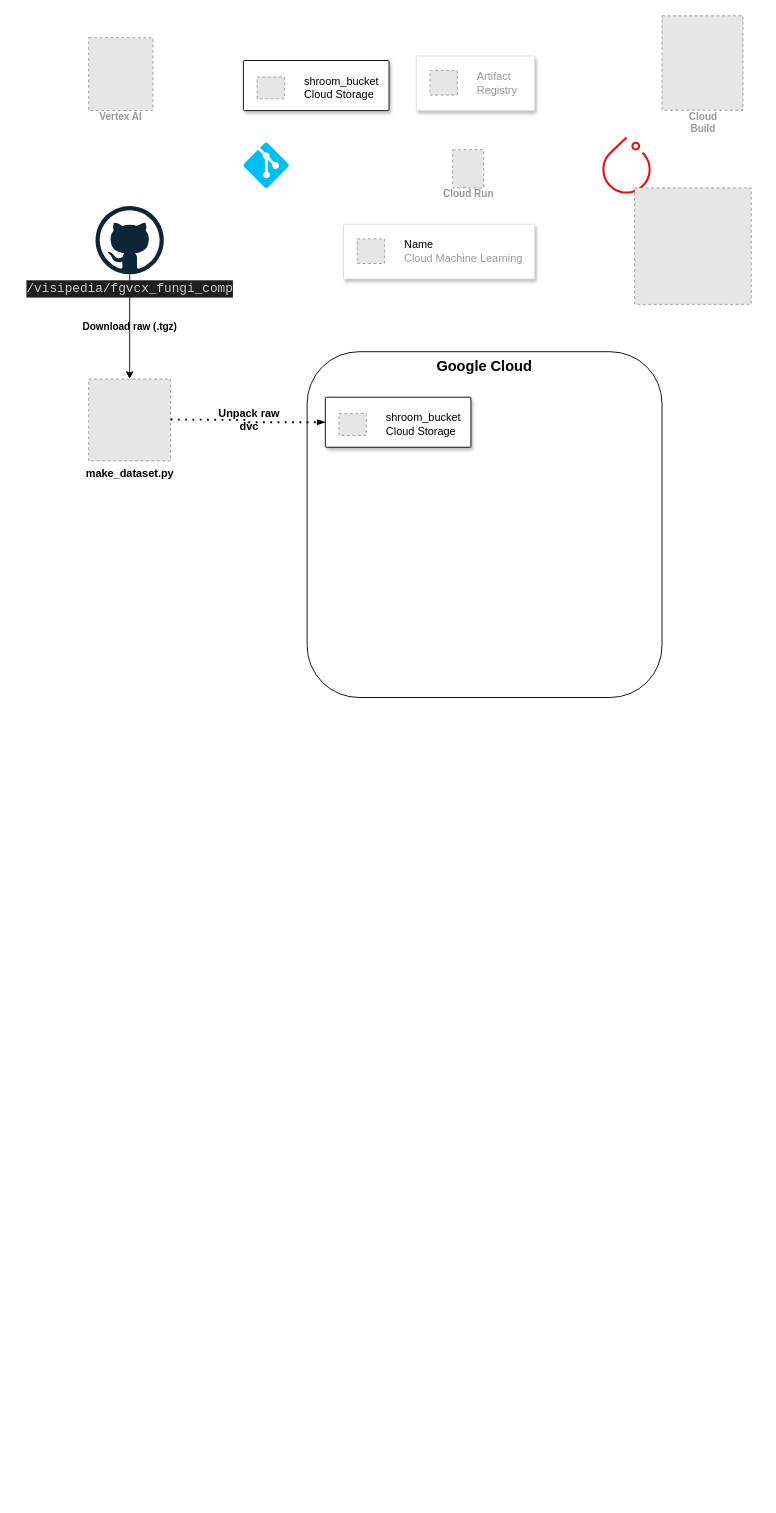
MLOps-Group/shroom-classifier keeps this draw.io diagram as reports/figures/Untitled Diagram.drawio. Above is the earlier version. Source tidied: cells renumbered, new cells numbered last; positions are measured from the earlier drawing's top-left corner, leaving out a move shared by most shapes. Both pictures are drawn from the tidied source at 91%, with x=0, y=0 at pixel (88, 15). Pictures stored in the file or linked from it are replaced by grey dashed boxes.
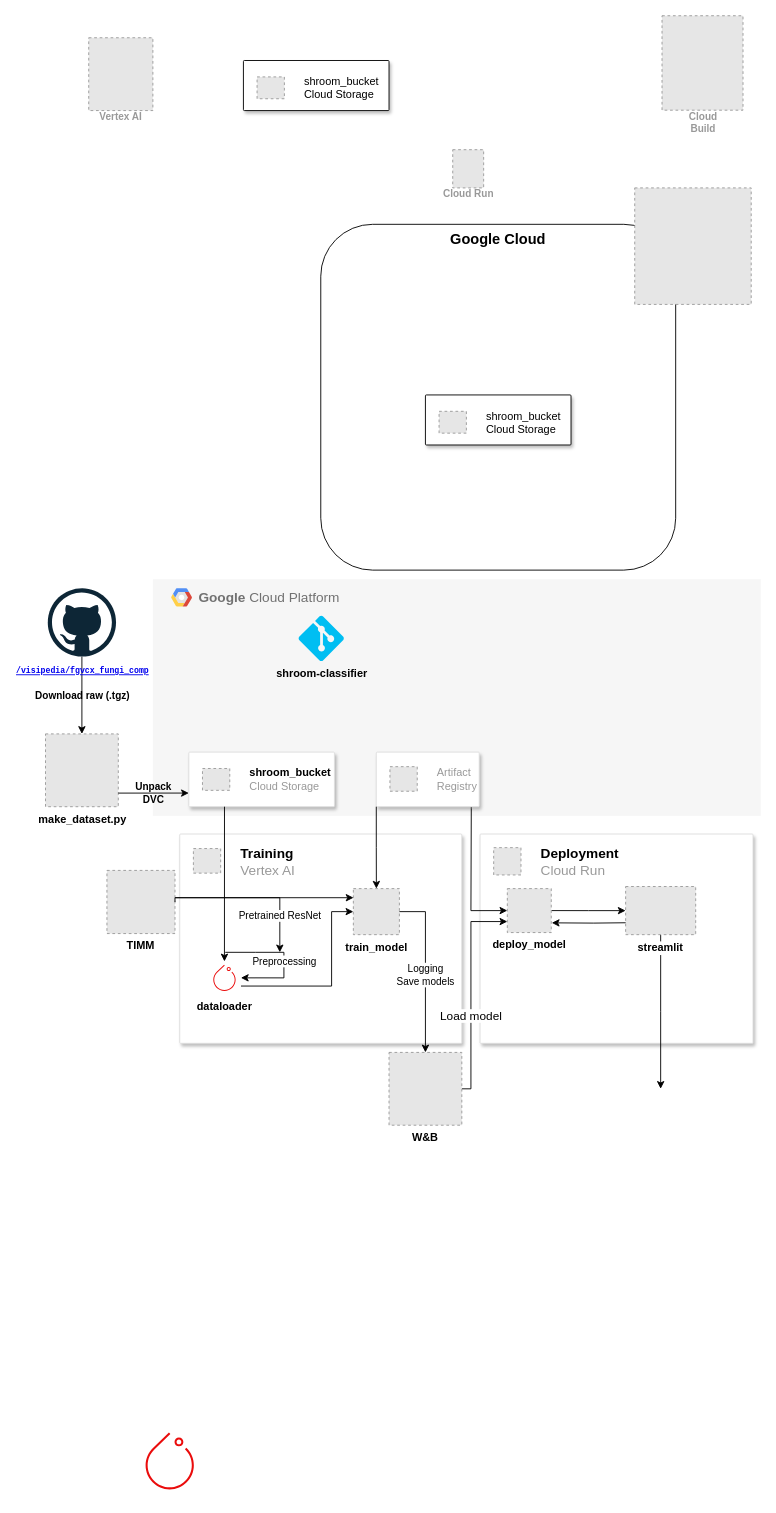
After the change.

Diff of the diagram source:
```diff
@@
-    <mxCell id="3" value="&lt;div style=&quot;color: rgb(204, 204, 204); background-color: rgb(31, 31, 31); font-family: Consolas, &amp;quot;Courier New&amp;quot;, monospace; font-size: 14px; line-height: 19px;&quot;&gt;/visipedia/fgvcx_fungi_comp&lt;/div&gt;" style="dashed=0;outlineConnect=0;html=1;align=center;labelPosition=center;verticalLabelPosition=bottom;verticalAlign=top;shape=mxgraph.weblogos.github;labelBackgroundColor=none;" parent="1" vertex="1">
-      <mxGeometry x="7.5" y="209" width="75" height="75" as="geometry" />
+    <mxCell id="3" value="&lt;div style=&quot;font-family: Consolas, &amp;quot;Courier New&amp;quot;, monospace; line-height: 19px;&quot;&gt;&lt;font size=&quot;1&quot; style=&quot;&quot;&gt;&lt;a style=&quot;font-size: 9px;&quot; href=&quot;https://github.com/visipedia/fgvcx_fungi_comp#data&quot;&gt;/visipedia/fgvcx_fungi_comp&lt;/a&gt;&lt;/font&gt;&lt;/div&gt;" style="dashed=0;outlineConnect=0;html=1;align=center;labelPosition=center;verticalLabelPosition=bottom;verticalAlign=top;shape=mxgraph.weblogos.github;labelBackgroundColor=none;fontColor=default;fontStyle=1;" parent="1" vertex="1">
+      <mxGeometry x="-45" y="629" width="75" height="75" as="geometry" />
     </mxCell>
     <mxCell id="4" value="make_dataset.py" style="fillColor=#E6E6E6;strokeColor=#999999;dashed=1;html=1;verticalAlign=top;verticalLabelPosition=bottom;labelBackgroundColor=none;fontStyle=1;" parent="1" vertex="1">
-      <mxGeometry y="399" width="90" height="90" as="geometry" />
+      <mxGeometry x="-47.5" y="789" width="80" height="80" as="geometry" />
     </mxCell>
     <mxCell id="5" value="&lt;b&gt;&lt;font style=&quot;font-size: 16px;&quot;&gt;Google Cloud&lt;/font&gt;&lt;/b&gt;" style="rounded=1;whiteSpace=wrap;html=1;align=center;verticalAlign=top;labelBackgroundColor=none;" parent="1" vertex="1">
-      <mxGeometry x="240" y="369" width="390" height="380" as="geometry" />
+      <mxGeometry x="255" y="229" width="390" height="380" as="geometry" />
     </mxCell>
-    <mxCell id="6" value="Unpack raw&lt;br&gt;dvc" style="edgeStyle=orthogonalEdgeStyle;fontSize=12;html=1;endArrow=blockThin;endFill=1;rounded=0;strokeWidth=2;endSize=4;startSize=4;dashed=1;dashPattern=1 3;entryX=0;entryY=0.5;entryDx=0;entryDy=0;fontStyle=1;labelBackgroundColor=none;fontColor=default;" parent="1" edge="1" target="7">
-      <mxGeometry relative="1" as="geometry">
-        <mxPoint x="90" y="443.5" as="sourcePoint" />
-      </mxGeometry>
-    </mxCell>
     <mxCell id="7" style="shadow=1;strokeWidth=1;rounded=1;absoluteArcSize=1;arcSize=2;labelBackgroundColor=none;" parent="1" vertex="1">
-      <mxGeometry x="260" y="419" width="160" height="55" as="geometry" />
+      <mxGeometry x="370" y="416.5" width="160" height="55" as="geometry" />
     </mxCell>
@@
-    <mxCell id="9" style="verticalLabelPosition=bottom;html=1;verticalAlign=top;align=center;strokeColor=none;fillColor=#00BEF2;shape=mxgraph.azure.git_repository;" parent="1" vertex="1">
-      <mxGeometry x="170" y="139" width="50" height="50" as="geometry" />
-    </mxCell>
-    <mxCell id="10" style="strokeColor=#dddddd;shadow=1;strokeWidth=1;rounded=1;absoluteArcSize=1;arcSize=2;" parent="1" vertex="1">
-      <mxGeometry x="360" y="44" width="130" height="60" as="geometry" />
-    </mxCell>
-    <mxCell id="11" value="Artifact&#10;Registry" style="fillColor=#E6E6E6;strokeColor=#999999;dashed=1;html=1;fontColor=#999999;verticalLabelPosition=middle;verticalAlign=middle;labelPosition=right;align=left;spacingLeft=20;" parent="10" vertex="1">
-      <mxGeometry width="30" height="27" relative="1" as="geometry">
-        <mxPoint x="15" y="16" as="offset" />
-      </mxGeometry>
-    </mxCell>
-    <mxCell id="12" style="sketch=0;points=[[0,0,0],[0.25,0,0],[0.5,0,0],[0.75,0,0],[1,0,0],[0,1,0],[0.25,1,0],[0.5,1,0],[0.75,1,0],[1,1,0],[0,0.25,0],[0,0.5,0],[0,0.75,0],[1,0.25,0],[1,0.5,0],[1,0.75,0]];outlineConnect=0;dashed=0;verticalLabelPosition=bottom;verticalAlign=top;align=center;html=1;fontSize=12;fontStyle=0;shape=mxgraph.aws4.resourceIcon;resIcon=mxgraph.aws4.torchserve;strokeColor=#EA0C0C;" parent="1" vertex="1">
-      <mxGeometry x="552" y="125" width="78" height="78" as="geometry" />
-    </mxCell>
@@
     <mxCell id="14" style="strokeColor=#dddddd;shadow=1;strokeWidth=1;rounded=1;absoluteArcSize=1;arcSize=2;" parent="1" vertex="1">
-      <mxGeometry x="280" y="229" width="210" height="60" as="geometry" />
+      <mxGeometry x="100" y="899" width="310" height="230" as="geometry" />
     </mxCell>
-    <mxCell id="15" value="&lt;font color=&quot;#000000&quot;&gt;Name&lt;/font&gt;&lt;br&gt;Cloud Machine Learning" style="fillColor=#E6E6E6;strokeColor=#999999;dashed=1;html=1;fontColor=#999999;verticalLabelPosition=middle;verticalAlign=middle;labelPosition=right;align=left;spacingLeft=20;" parent="14" vertex="1">
+    <mxCell id="15" value="&lt;font style=&quot;font-size: 15px;&quot;&gt;&lt;b&gt;&lt;font color=&quot;#000000&quot;&gt;Training&lt;/font&gt;&lt;br&gt;&lt;/b&gt;Vertex AI&lt;/font&gt;" style="fillColor=#E6E6E6;strokeColor=#999999;dashed=1;html=1;fontColor=#999999;verticalLabelPosition=middle;verticalAlign=middle;labelPosition=right;align=left;spacingLeft=20;" parent="14" vertex="1">
       <mxGeometry width="30" height="27" relative="1" as="geometry">
         <mxPoint x="15" y="16" as="offset" />
       </mxGeometry>
     </mxCell>
+    <mxCell id="21" style="edgeStyle=orthogonalEdgeStyle;rounded=0;jettySize=auto;html=1;exitX=0;exitY=0.25;exitDx=0;exitDy=0;" parent="14" edge="1" source="22">
+      <mxGeometry relative="1" as="geometry">
+        <mxPoint x="191" y="73" as="targetPoint" />
+      </mxGeometry>
+    </mxCell>
+    <mxCell id="22" value="&lt;b&gt;train_model&lt;br&gt;&lt;/b&gt;" style="fillColor=#E6E6E6;strokeColor=#999999;dashed=1;html=1;verticalAlign=top;verticalLabelPosition=bottom;labelBackgroundColor=#ffffff;" parent="14" vertex="1">
+      <mxGeometry x="190.8" y="60" width="50.6" height="50.6" as="geometry" />
+    </mxCell>
+    <mxCell id="23" style="edgeStyle=orthogonalEdgeStyle;rounded=0;jettySize=auto;html=1;exitX=1;exitY=0.75;exitDx=0;exitDy=0;exitPerimeter=0;entryX=0;entryY=0.5;entryDx=0;entryDy=0;" parent="14" edge="1" source="12" target="22">
+      <mxGeometry relative="1" as="geometry">
+        <Array as="points">
+          <mxPoint x="166.9" y="167" />
+          <mxPoint x="166.9" y="85" />
+        </Array>
+      </mxGeometry>
+    </mxCell>
+    <mxCell id="12" value="&lt;b&gt;dataloader&lt;br&gt;&lt;br&gt;&lt;/b&gt;" style="sketch=0;points=[[0,0,0],[0.25,0,0],[0.5,0,0],[0.75,0,0],[1,0,0],[0,1,0],[0.25,1,0],[0.5,1,0],[0.75,1,0],[1,1,0],[0,0.25,0],[0,0.5,0],[0,0.75,0],[1,0.25,0],[1,0.5,0],[1,0.75,0]];outlineConnect=0;dashed=0;verticalLabelPosition=bottom;verticalAlign=top;align=center;html=1;fontSize=12;fontStyle=0;shape=mxgraph.aws4.resourceIcon;resIcon=mxgraph.aws4.torchserve;strokeColor=#EA0C0C;" parent="14" vertex="1">
+      <mxGeometry x="31.1" y="140" width="36.1" height="36.1" as="geometry" />
+    </mxCell>
+    <mxCell id="24" value="Preprocessing" style="edgeStyle=orthogonalEdgeStyle;rounded=0;jettySize=auto;html=1;entryX=1;entryY=0.5;entryDx=0;entryDy=0;entryPerimeter=0;" parent="14" edge="1" target="12">
+      <mxGeometry x="0.06" relative="1" as="geometry">
+        <mxPoint x="50" y="130" as="sourcePoint" />
+        <Array as="points">
+          <mxPoint x="83.5" y="130" />
+          <mxPoint x="114.5" y="130" />
+          <mxPoint x="114.5" y="168" />
+        </Array>
+      </mxGeometry>
+    </mxCell>
@@
+    <mxCell id="25" style="strokeColor=#dddddd;shadow=1;strokeWidth=1;rounded=1;absoluteArcSize=1;arcSize=2;" parent="1" vertex="1">
+      <mxGeometry x="430" y="899" width="300" height="230" as="geometry" />
+    </mxCell>
+    <mxCell id="26" value="&lt;span style=&quot;font-size: 15px;&quot;&gt;&lt;font style=&quot;font-weight: bold; font-size: 15px;&quot; color=&quot;#000000&quot;&gt;Deployment&lt;/font&gt;&lt;br&gt;Cloud &lt;/span&gt;&lt;span style=&quot;font-size: 15px;&quot;&gt;Run&lt;/span&gt;" style="fillColor=#E6E6E6;strokeColor=#999999;dashed=1;html=1;fontColor=#999999;verticalLabelPosition=middle;verticalAlign=middle;labelPosition=right;align=left;spacingLeft=20;" parent="25" vertex="1">
+      <mxGeometry width="30" height="30" relative="1" as="geometry">
+        <mxPoint x="15" y="15" as="offset" />
+      </mxGeometry>
+    </mxCell>
+    <mxCell id="27" style="edgeStyle=orthogonalEdgeStyle;rounded=0;jettySize=auto;html=1;exitX=1;exitY=0.5;exitDx=0;exitDy=0;" parent="25" edge="1" source="28" target="31">
+      <mxGeometry relative="1" as="geometry" />
+    </mxCell>
+    <mxCell id="28" value="&lt;b&gt;deploy_model&lt;br&gt;&lt;/b&gt;" style="fillColor=#E6E6E6;strokeColor=#999999;dashed=1;html=1;verticalAlign=top;verticalLabelPosition=bottom;labelBackgroundColor=#ffffff;" parent="25" vertex="1">
+      <mxGeometry x="30" y="60" width="48.3" height="48.3" as="geometry" />
+    </mxCell>
+    <mxCell id="29" style="edgeStyle=orthogonalEdgeStyle;rounded=0;jettySize=auto;html=1;" parent="25" edge="1" source="31">
+      <mxGeometry relative="1" as="geometry">
+        <mxPoint x="198.5" y="280" as="targetPoint" />
+      </mxGeometry>
+    </mxCell>
+    <mxCell id="30" style="edgeStyle=orthogonalEdgeStyle;rounded=0;jettySize=auto;html=1;exitX=0;exitY=0.75;exitDx=0;exitDy=0;entryX=1.011;entryY=0.779;entryDx=0;entryDy=0;entryPerimeter=0;" parent="25" edge="1" target="28">
+      <mxGeometry relative="1" as="geometry">
+        <mxPoint x="171.7" y="97.4" as="sourcePoint" />
+      </mxGeometry>
+    </mxCell>
+    <mxCell id="31" value="streamlit" style="fillColor=#E6E6E6;strokeColor=#999999;dashed=1;verticalLabelPosition=bottom;labelBackgroundColor=default;verticalAlign=top;fontStyle=1;" parent="25" vertex="1">
+      <mxGeometry x="160" y="57.7" width="77" height="52.9" as="geometry" />
+    </mxCell>
+    <mxCell id="32" value="&lt;font style=&quot;font-size: 15px;&quot;&gt;&lt;b&gt;Google &lt;/b&gt;Cloud Platform&lt;/font&gt;" style="fillColor=#F6F6F6;strokeColor=none;shadow=0;gradientColor=none;fontSize=14;align=left;spacing=10;fontColor=#717171;9E9E9E;verticalAlign=top;spacingTop=-4;fontStyle=0;spacingLeft=40;html=1;whiteSpace=wrap;" parent="1" vertex="1">
+      <mxGeometry x="70.5" y="619" width="668" height="260" as="geometry" />
+    </mxCell>
+    <mxCell id="33" style="shape=mxgraph.gcp2.google_cloud_platform;fillColor=#F6F6F6;strokeColor=none;shadow=0;gradientColor=none;" parent="32" vertex="1">
+      <mxGeometry width="23" height="20" relative="1" as="geometry">
+        <mxPoint x="20" y="10" as="offset" />
+      </mxGeometry>
+    </mxCell>
+    <mxCell id="10" style="strokeColor=#dddddd;shadow=1;strokeWidth=1;rounded=1;absoluteArcSize=1;arcSize=2;" parent="32" vertex="1">
+      <mxGeometry x="245.5" y="190" width="113.1" height="60" as="geometry" />
+    </mxCell>
+    <mxCell id="11" value="Artifact&#10;Registry" style="fillColor=#E6E6E6;strokeColor=#999999;dashed=1;html=1;fontColor=#999999;verticalLabelPosition=middle;verticalAlign=middle;labelPosition=right;align=left;spacingLeft=20;" parent="10" vertex="1">
+      <mxGeometry width="30" height="27" relative="1" as="geometry">
+        <mxPoint x="15" y="16" as="offset" />
+      </mxGeometry>
+    </mxCell>
+    <mxCell id="34" style="strokeColor=#dddddd;shadow=1;strokeWidth=1;rounded=1;absoluteArcSize=1;arcSize=2;" parent="32" vertex="1">
+      <mxGeometry x="39.5" y="190" width="160" height="60" as="geometry" />
+    </mxCell>
+    <mxCell id="35" value="&lt;font color=&quot;#000000&quot;&gt;&lt;b&gt;shroom_bucket&lt;/b&gt;&lt;/font&gt;&lt;br&gt;Cloud Storage" style="fillColor=#E6E6E6;strokeColor=#999999;dashed=1;html=1;fontColor=#999999;verticalLabelPosition=middle;verticalAlign=middle;labelPosition=right;align=left;spacingLeft=20;" parent="34" vertex="1">
+      <mxGeometry width="30" height="24" relative="1" as="geometry">
+        <mxPoint x="15" y="18" as="offset" />
+      </mxGeometry>
+    </mxCell>
+    <mxCell id="9" value="&lt;b&gt;shroom-classifier&lt;br&gt;&lt;/b&gt;" style="verticalLabelPosition=bottom;html=1;verticalAlign=top;align=center;strokeColor=none;fillColor=#00BEF2;shape=mxgraph.azure.git_repository;" parent="32" vertex="1">
+      <mxGeometry x="160" y="40" width="50" height="50" as="geometry" />
+    </mxCell>
+    <mxCell id="36" style="edgeStyle=orthogonalEdgeStyle;rounded=0;jettySize=auto;html=1;exitX=0;exitY=1;exitDx=0;exitDy=0;" parent="1" edge="1" source="10" target="22">
+      <mxGeometry relative="1" as="geometry" />
+    </mxCell>
+    <mxCell id="37" style="edgeStyle=orthogonalEdgeStyle;rounded=0;jettySize=auto;html=1;exitX=0.923;exitY=1.011;exitDx=0;exitDy=0;entryX=0;entryY=0.5;entryDx=0;entryDy=0;exitPerimeter=0;" parent="1" edge="1" source="10" target="28">
+      <mxGeometry relative="1" as="geometry">
+        <Array as="points">
+          <mxPoint x="420" y="871" />
+          <mxPoint x="420" y="871" />
+          <mxPoint x="420" y="983" />
+        </Array>
+      </mxGeometry>
+    </mxCell>
+    <mxCell id="38" style="sketch=0;dashed=0;verticalLabelPosition=bottom;verticalAlign=top;align=center;html=1;fontSize=12;fontStyle=0;shape=mxgraph.aws4.resourceIcon;resIcon=mxgraph.aws4.torchserve;strokeColor=#EA0C0C;" parent="1" vertex="1">
+      <mxGeometry x="50" y="1549" width="78" height="78" as="geometry" />
+    </mxCell>
+    <mxCell id="39" value="Unpack&lt;br&gt;DVC" style="edgeStyle=orthogonalEdgeStyle;rounded=0;jettySize=auto;html=1;exitX=1;exitY=0.813;exitDx=0;exitDy=0;entryX=0;entryY=0.75;entryDx=0;entryDy=0;exitPerimeter=0;fontStyle=1;labelBackgroundColor=none;" parent="1" edge="1" source="4" target="34">
+      <mxGeometry relative="1" as="geometry" />
+    </mxCell>
+    <mxCell id="40" value="&lt;font style=&quot;font-size: 13px;&quot;&gt;Load model&lt;/font&gt;" style="edgeStyle=orthogonalEdgeStyle;rounded=0;jettySize=auto;html=1;entryX=0;entryY=0.75;entryDx=0;entryDy=0;" parent="1" edge="1" source="41" target="28">
+      <mxGeometry x="-0.23" relative="1" as="geometry">
+        <Array as="points">
+          <mxPoint x="420" y="1179" />
+          <mxPoint x="420" y="995" />
+        </Array>
+      </mxGeometry>
+    </mxCell>
+    <mxCell id="41" value="W&amp;B" style="fillColor=#E6E6E6;strokeColor=#999999;dashed=1;verticalLabelPosition=bottom;labelBackgroundColor=default;verticalAlign=top;fontStyle=1;" parent="1" vertex="1">
+      <mxGeometry x="330" y="1139" width="80" height="80" as="geometry" />
+    </mxCell>
+    <mxCell id="42" style="edgeStyle=orthogonalEdgeStyle;rounded=0;jettySize=auto;html=1;" parent="1" edge="1" source="43">
+      <mxGeometry relative="1" as="geometry">
+        <mxPoint x="210" y="1029" as="targetPoint" />
+        <Array as="points">
+          <mxPoint x="210" y="969" />
+        </Array>
+      </mxGeometry>
+    </mxCell>
+    <mxCell id="43" value="TIMM" style="fillColor=#E6E6E6;strokeColor=#999999;dashed=1;verticalLabelPosition=bottom;labelBackgroundColor=default;verticalAlign=top;fontStyle=1;" parent="1" vertex="1">
+      <mxGeometry x="20" y="939" width="74.8" height="69.4" as="geometry" />
+    </mxCell>
+    <mxCell id="44" value="Logging&lt;br&gt;Save models" style="edgeStyle=orthogonalEdgeStyle;rounded=0;jettySize=auto;html=1;exitX=1;exitY=0.5;exitDx=0;exitDy=0;" parent="1" edge="1" source="22" target="41">
+      <mxGeometry x="0.07" relative="1" as="geometry">
+        <Array as="points">
+          <mxPoint x="370" y="984" />
+          <mxPoint x="370" y="1179" />
+        </Array>
+      </mxGeometry>
+    </mxCell>
+    <mxCell id="45" value="Pretrained ResNet" style="edgeStyle=orthogonalEdgeStyle;rounded=0;jettySize=auto;html=1;exitX=1;exitY=0.5;exitDx=0;exitDy=0;" parent="1" edge="1" source="43">
+      <mxGeometry x="0.19" y="-20" relative="1" as="geometry">
+        <mxPoint x="291" y="969" as="targetPoint" />
+        <Array as="points">
+          <mxPoint x="95" y="969" />
+        </Array>
+      </mxGeometry>
+    </mxCell>
+    <mxCell id="46" style="edgeStyle=orthogonalEdgeStyle;rounded=0;jettySize=auto;html=1;exitX=0.25;exitY=1;exitDx=0;exitDy=0;entryX=0.5;entryY=0;entryDx=0;entryDy=0;entryPerimeter=0;" parent="1" edge="1" source="34" target="12">
+      <mxGeometry relative="1" as="geometry">
+        <Array as="points">
+          <mxPoint x="150" y="1039" />
+        </Array>
+      </mxGeometry>
+    </mxCell>
```
